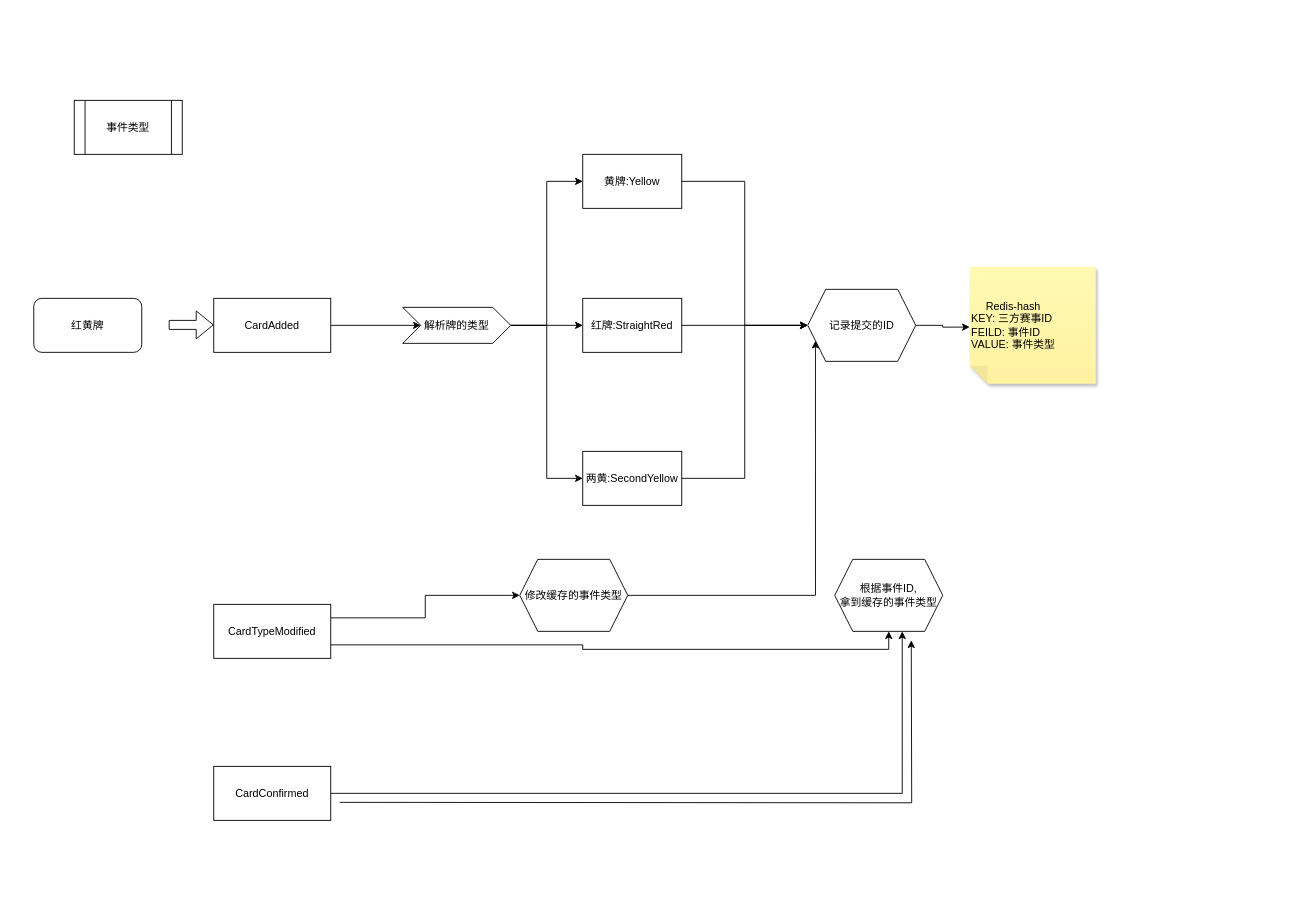
Before: BC事件商进球事件解析.drawio in HaivenZhang/draw-io-files, a draw.io diagram. Source tidied: cells renumbered, new cells numbered last; positions are measured from the earlier drawing's top-left corner, leaving out a move shared by most shapes. Both pictures are drawn from the tidied source at 90%, with x=0, y=0 at pixel (33, 100).
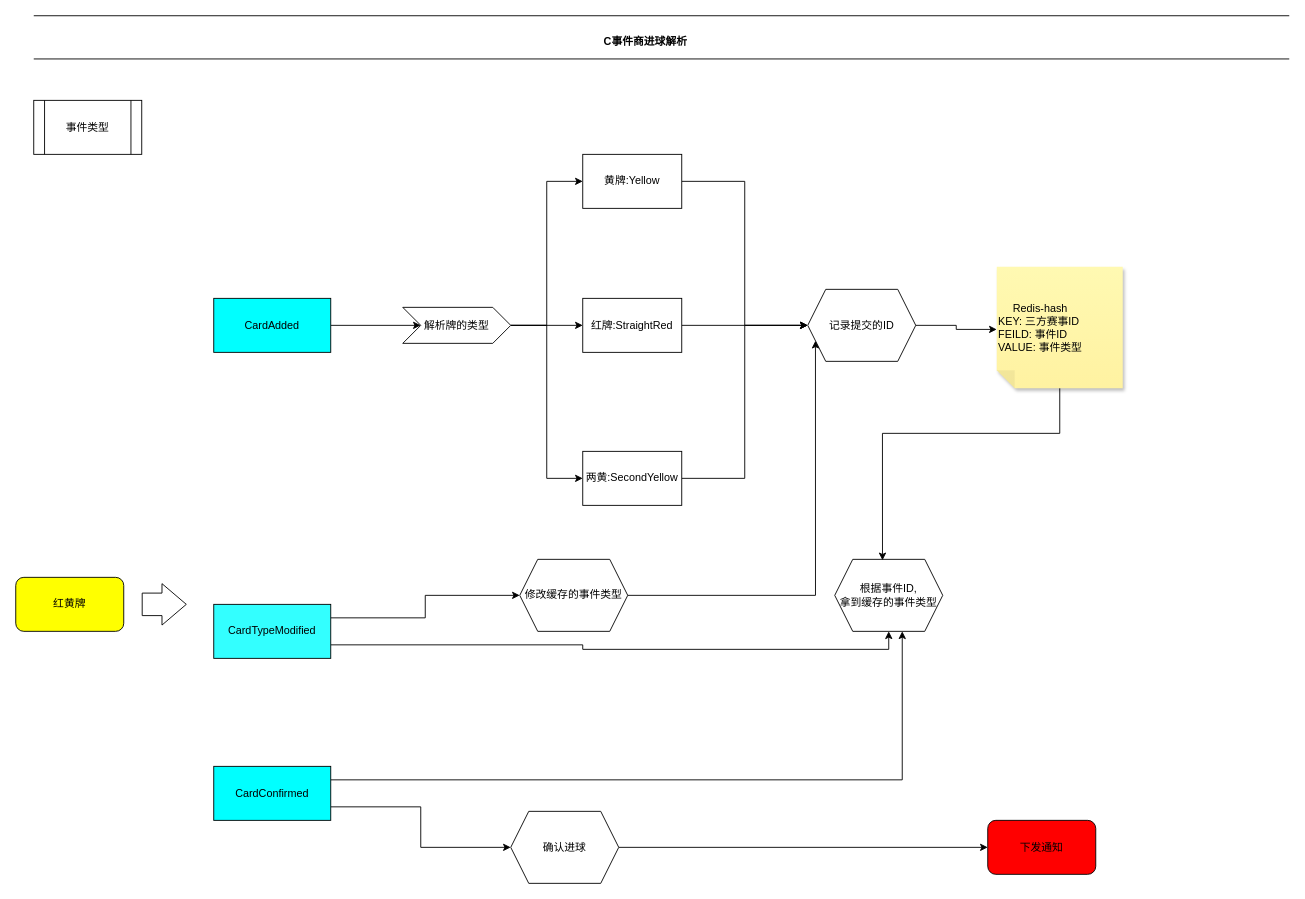
The same page after the edit.

Commit message:
更新BC事件商进球事件解析.drawio

Unchanged cells that the change refers to:
```xml
<mxCell id="23" value="&lt;div&gt;根据事件ID,&lt;/div&gt;拿到缓存的事件类型" style="shape=hexagon;perimeter=hexagonPerimeter2;whiteSpace=wrap;html=1;fixedSize=1;" parent="1" vertex="1">
  <mxGeometry x="890" y="510" width="120" height="80" as="geometry" />
</mxCell>
```

Change to the diagram source:
```diff
@@
     <mxCell id="2" value="事件类型" style="shape=process;whiteSpace=wrap;html=1;backgroundOutline=1;" parent="1" vertex="1">
-      <mxGeometry x="45" width="120" height="60" as="geometry" />
+      <mxGeometry width="120" height="60" as="geometry" />
     </mxCell>
-    <mxCell id="3" value="红黄牌" style="rounded=1;whiteSpace=wrap;html=1;" parent="1" vertex="1">
-      <mxGeometry y="220" width="120" height="60" as="geometry" />
+    <mxCell id="3" value="红黄牌" style="rounded=1;whiteSpace=wrap;html=1;fillColor=#FFFF00;" parent="1" vertex="1">
+      <mxGeometry x="-20" y="530" width="120" height="60" as="geometry" />
     </mxCell>
-    <mxCell id="4" style="shape=flexArrow;endArrow=classic;html=1;rounded=0;" parent="1" edge="1">
+    <mxCell id="4" style="shape=flexArrow;endArrow=classic;html=1;rounded=0;width=25;endSize=8.67;" parent="1" edge="1">
       <mxGeometry relative="1" as="geometry">
-        <mxPoint x="150" y="249.5" as="sourcePoint" />
-        <mxPoint x="200" y="249.5" as="targetPoint" />
+        <mxPoint x="120" y="560" as="sourcePoint" />
+        <mxPoint x="170" y="560" as="targetPoint" />
       </mxGeometry>
     </mxCell>
@@
-    <mxCell id="6" value="CardAdded" style="rounded=0;whiteSpace=wrap;html=1;" parent="1" vertex="1">
+    <mxCell id="6" value="CardAdded" style="rounded=0;whiteSpace=wrap;html=1;fillColor=#00FFFF;" parent="1" vertex="1">
       <mxGeometry x="200" y="220" width="130" height="60" as="geometry" />
     </mxCell>
@@
     <mxCell id="18" value="&lt;div style=&quot;text-align: center;&quot;&gt;&lt;span style=&quot;background-color: transparent; color: light-dark(rgb(0, 0, 0), rgb(237, 237, 237));&quot;&gt;Redis-hash&lt;/span&gt;&lt;/div&gt;&lt;div&gt;KEY: 三方赛事ID&lt;/div&gt;&lt;div style=&quot;&quot;&gt;FEILD: 事件ID&lt;/div&gt;&lt;div&gt;VALUE: 事件类型&lt;/div&gt;" style="shape=note;whiteSpace=wrap;html=1;backgroundOutline=1;fontColor=#000000;darkOpacity=0.05;fillColor=#FFF9B2;strokeColor=none;fillStyle=solid;direction=west;gradientDirection=north;gradientColor=#FFF2A1;shadow=1;size=20;align=left;" parent="1" vertex="1">
-      <mxGeometry x="1040" y="185" width="140" height="130" as="geometry" />
+      <mxGeometry x="1070" y="185" width="140" height="135" as="geometry" />
     </mxCell>
@@
-    <mxCell id="22" value="CardTypeModified" style="rounded=0;whiteSpace=wrap;html=1;" parent="1" vertex="1">
+    <mxCell id="22" value="CardTypeModified" style="rounded=0;whiteSpace=wrap;html=1;fillColor=#33FFFF;" parent="1" vertex="1">
       <mxGeometry x="200" y="560" width="130" height="60" as="geometry" />
     </mxCell>
@@
-    <mxCell id="25" style="edgeStyle=orthogonalEdgeStyle;rounded=0;jettySize=auto;html=1;entryX=0.625;entryY=1;entryDx=0;entryDy=0;" parent="1" edge="1" source="26" target="23">
+    <mxCell id="25" style="edgeStyle=orthogonalEdgeStyle;rounded=0;jettySize=auto;html=1;exitX=1;exitY=0.25;exitDx=0;exitDy=0;entryX=0.625;entryY=1;entryDx=0;entryDy=0;" parent="1" edge="1" source="26" target="23">
       <mxGeometry relative="1" as="geometry" />
     </mxCell>
+    <mxCell id="29" style="edgeStyle=orthogonalEdgeStyle;rounded=0;jettySize=auto;html=1;exitX=1;exitY=0.75;exitDx=0;exitDy=0;entryX=0;entryY=0.5;entryDx=0;entryDy=0;" parent="1" edge="1" source="26" target="31">
+      <mxGeometry relative="1" as="geometry" />
+    </mxCell>
-    <mxCell id="26" value="CardConfirmed" style="rounded=0;whiteSpace=wrap;html=1;" parent="1" vertex="1">
+    <mxCell id="26" value="CardConfirmed" style="rounded=0;whiteSpace=wrap;html=1;fillColor=#00FFFF;" parent="1" vertex="1">
       <mxGeometry x="200" y="740" width="130" height="60" as="geometry" />
     </mxCell>
@@
-    <mxCell id="28" style="edgeStyle=orthogonalEdgeStyle;rounded=0;orthogonalLoop=1;jettySize=auto;html=1;entryX=0.625;entryY=1;entryDx=0;entryDy=0;" parent="1" edge="1">
-      <mxGeometry relative="1" as="geometry">
-        <mxPoint x="340" y="780" as="sourcePoint" />
-        <mxPoint x="975" y="600" as="targetPoint" />
-      </mxGeometry>
-    </mxCell>
+    <mxCell id="30" style="edgeStyle=orthogonalEdgeStyle;rounded=0;jettySize=auto;html=1;" parent="1" edge="1" source="31" target="32">
+      <mxGeometry relative="1" as="geometry" />
+    </mxCell>
+    <mxCell id="31" value="&lt;div&gt;&lt;span style=&quot;background-color: transparent; color: light-dark(rgb(0, 0, 0), rgb(255, 255, 255));&quot;&gt;确认进球&lt;/span&gt;&lt;/div&gt;" style="shape=hexagon;perimeter=hexagonPerimeter2;whiteSpace=wrap;html=1;fixedSize=1;" parent="1" vertex="1">
+      <mxGeometry x="530" y="790" width="120" height="80" as="geometry" />
+    </mxCell>
+    <mxCell id="32" value="下发通知" style="rounded=1;whiteSpace=wrap;html=1;fillColor=#FF0000;" parent="1" vertex="1">
+      <mxGeometry x="1060" y="800" width="120" height="60" as="geometry" />
+    </mxCell>
+    <mxCell id="33" style="edgeStyle=orthogonalEdgeStyle;rounded=0;jettySize=auto;html=1;entryX=0.442;entryY=0.013;entryDx=0;entryDy=0;entryPerimeter=0;" parent="1" edge="1" source="18" target="23">
+      <mxGeometry relative="1" as="geometry">
+        <Array as="points">
+          <mxPoint x="1140" y="370" />
+          <mxPoint x="943" y="370" />
+        </Array>
+      </mxGeometry>
+    </mxCell>
+    <mxCell id="34" style="shape=link;html=1;rounded=0;width=48;" parent="1" edge="1">
+      <mxGeometry relative="1" as="geometry">
+        <mxPoint y="-70" as="sourcePoint" />
+        <mxPoint x="1395" y="-70" as="targetPoint" />
+      </mxGeometry>
+    </mxCell>
+    <mxCell id="35" value="C事件商进球解析" style="text;html=1;whiteSpace=wrap;strokeColor=none;fillColor=none;align=center;verticalAlign=middle;rounded=0;fontStyle=1;" parent="1" vertex="1">
+      <mxGeometry x="600" y="-80" width="160" height="30" as="geometry" />
+    </mxCell>
```
